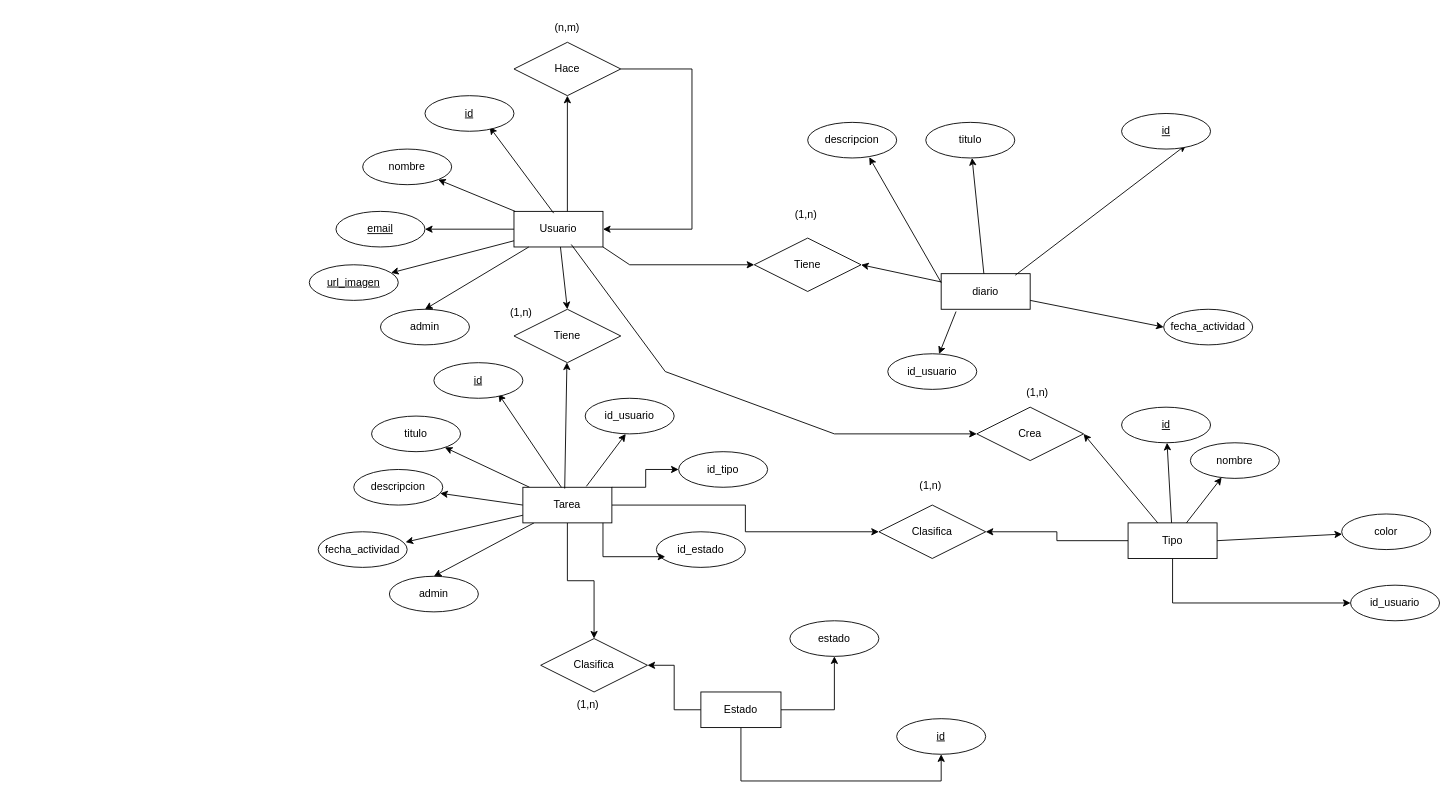
Above: Memoria/Base de Datos/Diagrama sin título.drawio in neiilmolina/Task-Craft-Proyecto-TFG-DAW (draw.io), before the change. Source tidied: cells renumbered, new cells numbered last; positions are measured from the earlier drawing's top-left corner, leaving out a move shared by most shapes. Both pictures are drawn from the tidied source at 89%, with x=0, y=0 at pixel (309, 15).
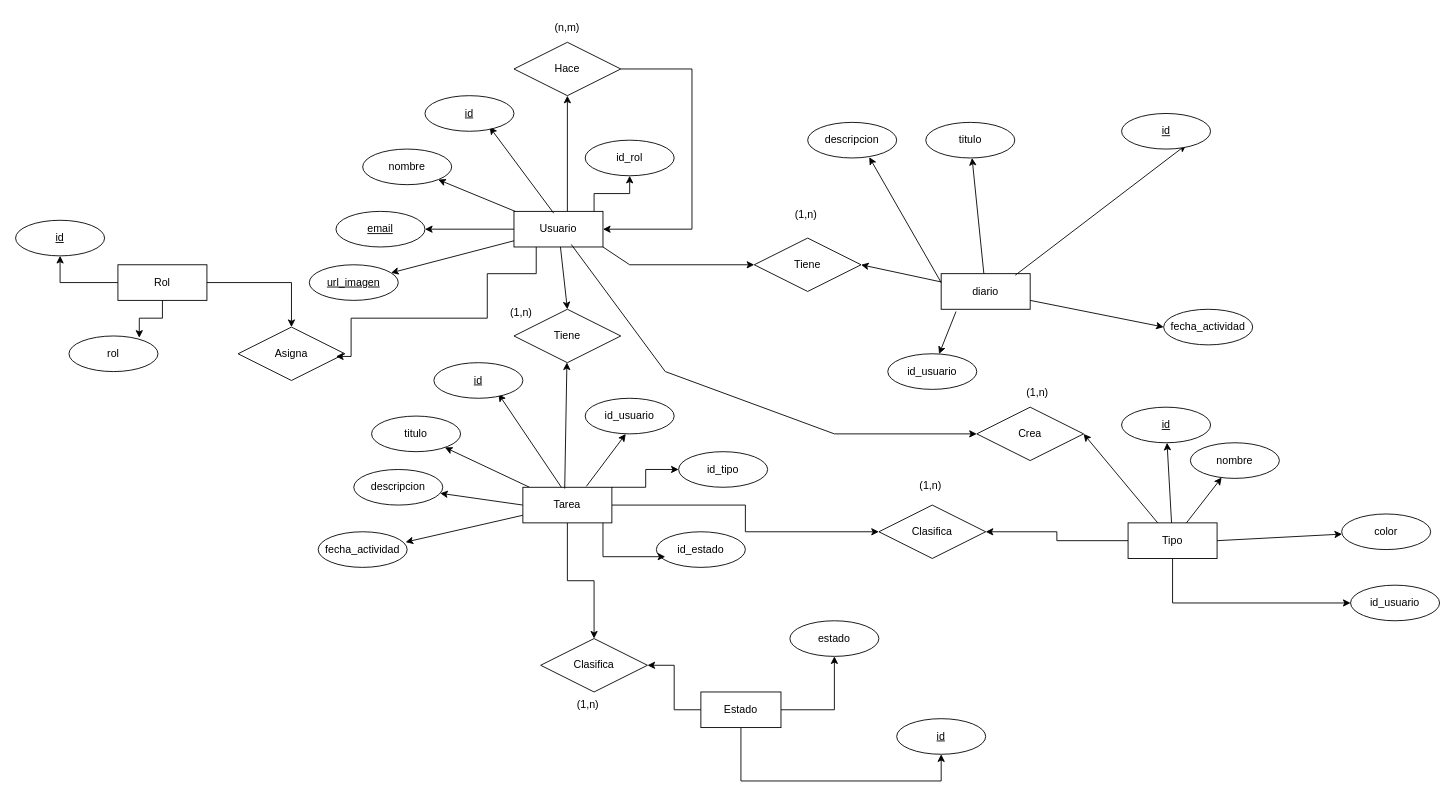
The same page after the edit.

Commit message:
Tabla rol creada.drawio

The change refers to these unchanged cells:
```xml
<mxCell id="2" value="Usuario" style="whiteSpace=wrap;html=1;align=center;" parent="1" vertex="1">
  <mxGeometry x="230" y="220" width="100" height="40" as="geometry" />
</mxCell>
<mxCell id="28" value="Tarea" style="whiteSpace=wrap;html=1;align=center;" parent="1" vertex="1">
  <mxGeometry x="240" y="530" width="100" height="40" as="geometry" />
</mxCell>
```

Change to the diagram source:
```diff
@@
+    <mxCell id="79" style="edgeStyle=orthogonalEdgeStyle;rounded=0;jettySize=auto;html=1;" parent="1" edge="1" source="2" target="87">
+      <mxGeometry relative="1" as="geometry">
+        <Array as="points">
+          <mxPoint x="320" y="200" />
+          <mxPoint x="360" y="200" />
+        </Array>
+      </mxGeometry>
+    </mxCell>
@@
-    <mxCell id="5" style="endArrow=classic;html=1;rounded=0;entryX=0.5;entryY=0;entryDx=0;entryDy=0;" parent="1" edge="1" source="2" target="11">
-      <mxGeometry relative="1" as="geometry" />
-    </mxCell>
@@
-    <mxCell id="11" value="admin" style="ellipse;whiteSpace=wrap;html=1;align=center;" parent="1" vertex="1">
-      <mxGeometry x="80" y="330" width="100" height="40" as="geometry" />
+    <mxCell id="11" value="rol" style="ellipse;whiteSpace=wrap;html=1;align=center;" parent="1" vertex="1">
+      <mxGeometry x="-270" y="360" width="100" height="40" as="geometry" />
     </mxCell>
@@
-    <mxCell id="18" style="endArrow=classic;html=1;rounded=0;entryX=0.5;entryY=0;entryDx=0;entryDy=0;" parent="1" edge="1" source="28" target="23">
-      <mxGeometry relative="1" as="geometry" />
-    </mxCell>
@@
-    <mxCell id="23" value="admin" style="ellipse;whiteSpace=wrap;html=1;align=center;" parent="1" vertex="1">
-      <mxGeometry x="90" y="630" width="100" height="40" as="geometry" />
-    </mxCell>
@@
+    <mxCell id="80" value="Asigna" style="shape=rhombus;perimeter=rhombusPerimeter;whiteSpace=wrap;html=1;align=center;" parent="1" vertex="1">
+      <mxGeometry x="-80" y="350" width="120" height="60" as="geometry" />
+    </mxCell>
+    <mxCell id="81" style="edgeStyle=orthogonalEdgeStyle;rounded=0;jettySize=auto;html=1;" parent="1" edge="1" source="83" target="80">
+      <mxGeometry relative="1" as="geometry" />
+    </mxCell>
+    <mxCell id="82" style="edgeStyle=orthogonalEdgeStyle;rounded=0;jettySize=auto;html=1;" parent="1" edge="1" source="83" target="84">
+      <mxGeometry relative="1" as="geometry" />
+    </mxCell>
+    <mxCell id="83" value="Rol" style="whiteSpace=wrap;html=1;align=center;" parent="1" vertex="1">
+      <mxGeometry x="-215" y="280" width="100" height="40" as="geometry" />
+    </mxCell>
+    <mxCell id="84" value="id" style="ellipse;whiteSpace=wrap;html=1;align=center;fontStyle=4;" parent="1" vertex="1">
+      <mxGeometry x="-330" y="230" width="100" height="40" as="geometry" />
+    </mxCell>
+    <mxCell id="85" style="edgeStyle=orthogonalEdgeStyle;rounded=0;jettySize=auto;html=1;entryX=0.917;entryY=0.55;entryDx=0;entryDy=0;entryPerimeter=0;exitX=0.25;exitY=1;exitDx=0;exitDy=0;" parent="1" edge="1" source="2" target="80">
+      <mxGeometry relative="1" as="geometry">
+        <Array as="points">
+          <mxPoint x="255" y="290" />
+          <mxPoint x="200" y="290" />
+          <mxPoint x="200" y="340" />
+          <mxPoint x="47" y="340" />
+          <mxPoint x="47" y="383" />
+        </Array>
+      </mxGeometry>
+    </mxCell>
+    <mxCell id="86" style="edgeStyle=orthogonalEdgeStyle;rounded=0;jettySize=auto;html=1;entryX=0.79;entryY=0.05;entryDx=0;entryDy=0;entryPerimeter=0;" parent="1" edge="1" source="83" target="11">
+      <mxGeometry relative="1" as="geometry" />
+    </mxCell>
+    <mxCell id="87" value="id_rol" style="ellipse;whiteSpace=wrap;html=1;align=center;" parent="1" vertex="1">
+      <mxGeometry x="310" y="140" width="100" height="40" as="geometry" />
+    </mxCell>
```
